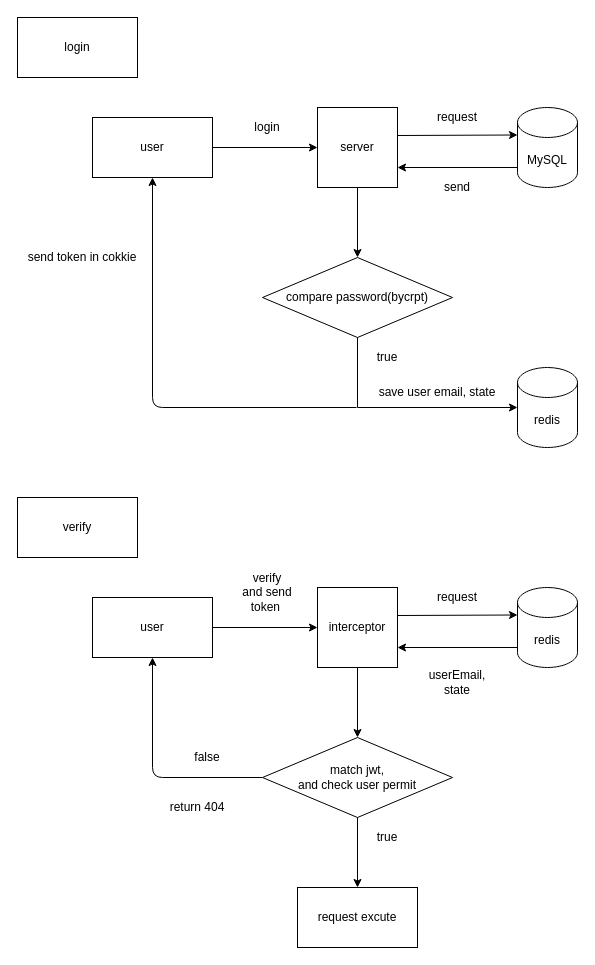
woswkd98/bidding keeps this draw.io diagram as 공부 내용들 정리/Untitled Diagram.drawio. Above is the earlier version. Source tidied: cells renumbered, new cells numbered last; positions are measured from the earlier drawing's top-left corner, leaving out a move shared by most shapes. Both pictures are drawn from the tidied source at 100%, with x=0, y=0 at pixel (17, 17).
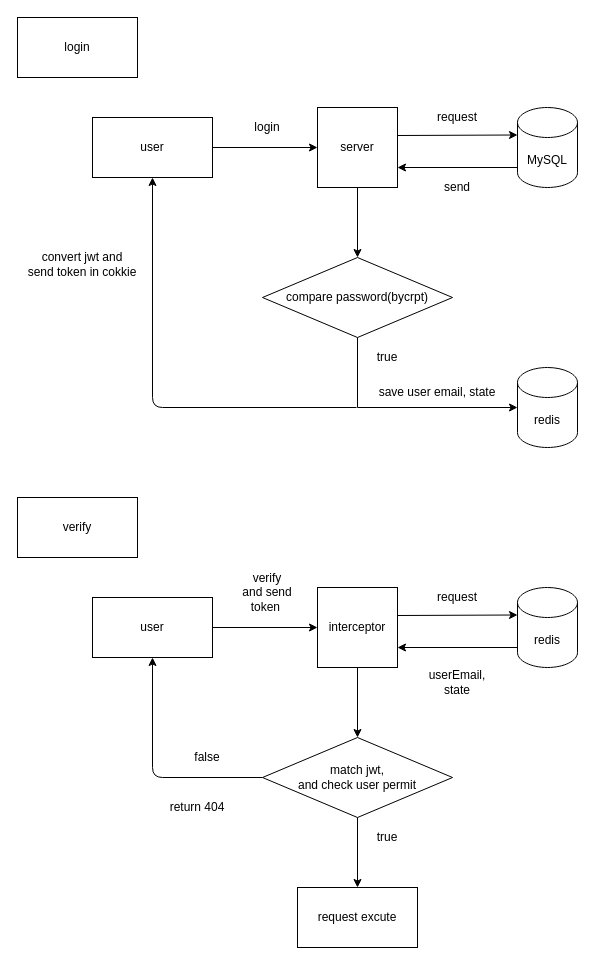
Above is the later version.

The edit, as a diff of the source:
```diff
@@
-    <mxCell id="19" value="send token in cokkie" style="text;html=1;strokeColor=none;fillColor=none;align=center;verticalAlign=middle;whiteSpace=wrap;rounded=0;" parent="1" vertex="1">
+    <mxCell id="19" value="&lt;br&gt;convert jwt and&lt;br&gt;send token in cokkie" style="text;html=1;strokeColor=none;fillColor=none;align=center;verticalAlign=middle;whiteSpace=wrap;rounded=0;" parent="1" vertex="1">
       <mxGeometry y="220" width="130" height="40" as="geometry" />
     </mxCell>
```
